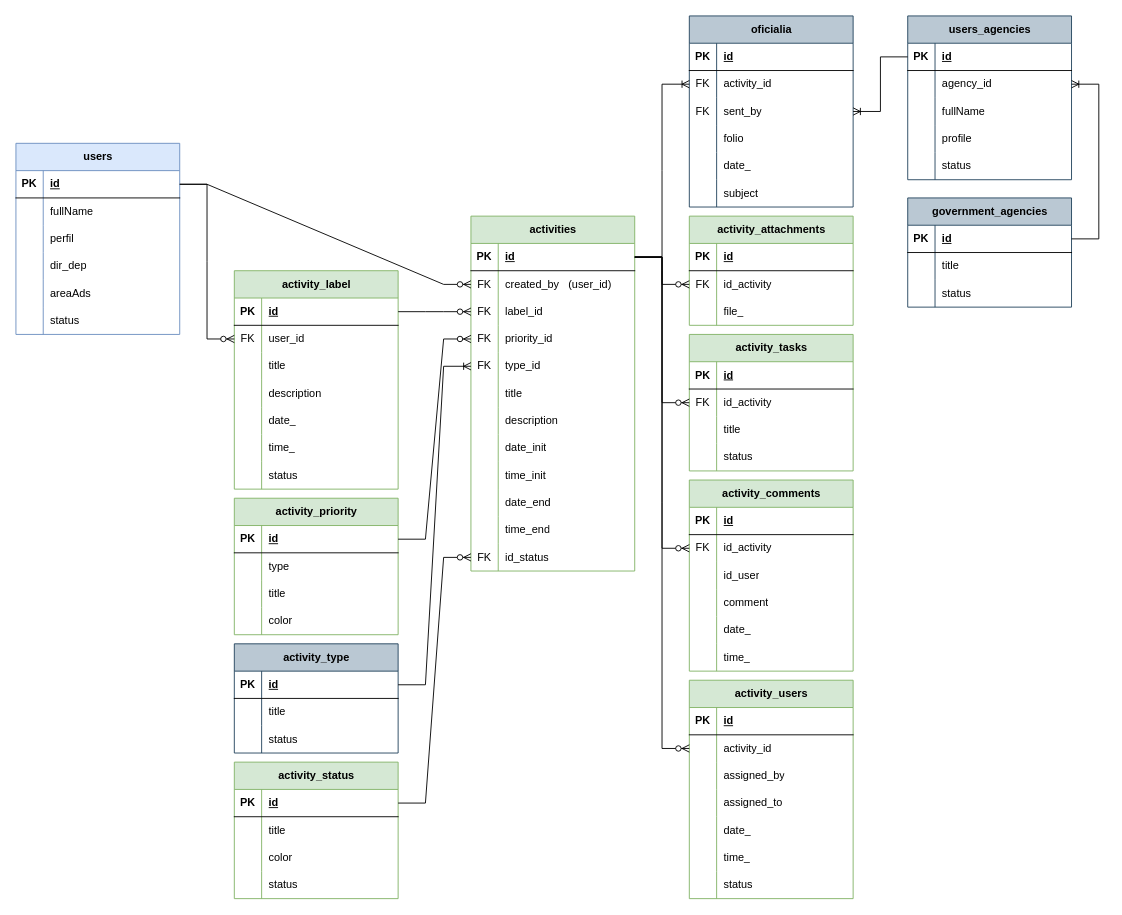
The draw.io diagram entidad - relacion/control actividades - V3.drawio in MIGUEL-TGH/templates, before the edit. Source tidied: cells renumbered, new cells numbered last; positions are measured from the earlier drawing's top-left corner, leaving out a move shared by most shapes. Both pictures are drawn from the tidied source at 91%, with x=0, y=0 at pixel (15, 15).
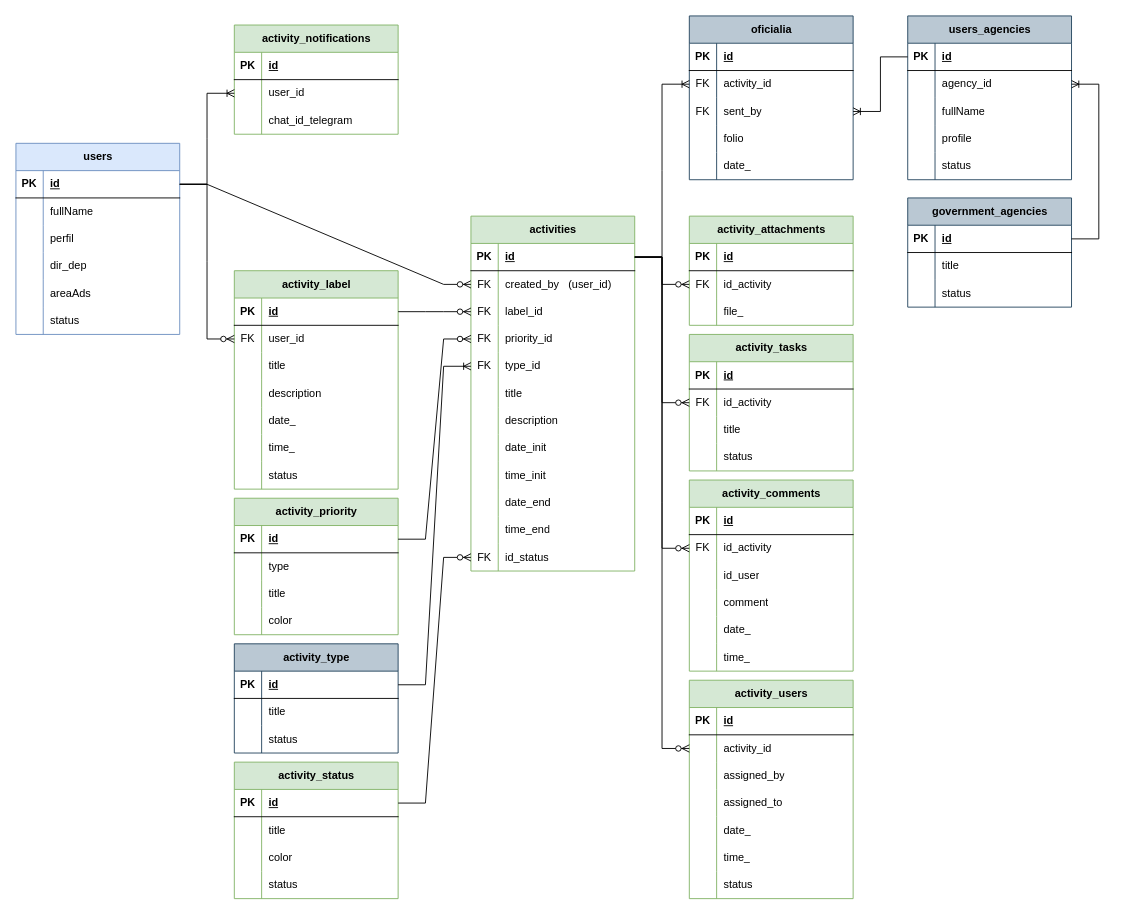
The same page after the edit.

Unchanged cells that the change refers to:
```xml
<mxCell id="3" style="shape=tableRow;horizontal=0;startSize=0;swimlaneHead=0;swimlaneBody=0;fillColor=none;points=[[0,0.5],[1,0.5]];portConstraint=eastwest;top=0;left=0;right=0;bottom=1;" parent="2" vertex="1">
  <mxGeometry y="30" width="180" height="30" as="geometry" />
</mxCell>
```

Diff of the diagram source:
```diff
@@
     <mxCell id="190" value="oficialia" style="shape=table;startSize=30;childLayout=tableLayout;rowLines=0;fontStyle=1;align=center;html=1;fillColor=#bac8d3;strokeColor=#23445d;" parent="1" vertex="1">
-      <mxGeometry x="740" width="180" height="210" as="geometry" />
+      <mxGeometry x="740" width="180" height="180" as="geometry" />
     </mxCell>
@@
-    <mxCell id="206" style="shape=tableRow;horizontal=0;startSize=0;swimlaneHead=0;swimlaneBody=0;fillColor=none;top=0;left=0;right=0;bottom=0;" parent="190" vertex="1">
-      <mxGeometry y="180" width="180" height="30" as="geometry" />
-    </mxCell>
-    <mxCell id="207" style="shape=partialRectangle;fillColor=none;top=0;left=0;bottom=0;right=0;overflow=hidden;whiteSpace=wrap;html=1;" parent="206" vertex="1">
-      <mxGeometry width="30" height="30" as="geometry" />
-    </mxCell>
-    <mxCell id="208" value="subject" style="shape=partialRectangle;fillColor=none;top=0;left=0;bottom=0;right=0;align=left;spacingLeft=6;overflow=hidden;whiteSpace=wrap;html=1;" parent="206" vertex="1">
-      <mxGeometry x="30" width="150" height="30" as="geometry" />
-    </mxCell>
@@
+    <mxCell id="238" value="activity_notifications" style="shape=table;startSize=30;childLayout=tableLayout;rowLines=0;fontStyle=1;align=center;html=1;fillColor=#d5e8d4;strokeColor=#82b366;" parent="1" vertex="1">
+      <mxGeometry x="240" y="10" width="180" height="120" as="geometry" />
+    </mxCell>
+    <mxCell id="239" style="shape=tableRow;horizontal=0;startSize=0;swimlaneHead=0;swimlaneBody=0;fillColor=none;top=0;left=0;right=0;bottom=1;" parent="238" vertex="1">
+      <mxGeometry y="30" width="180" height="30" as="geometry" />
+    </mxCell>
+    <mxCell id="240" value="PK" style="shape=partialRectangle;fillColor=none;top=0;left=0;bottom=0;right=0;fontStyle=1;overflow=hidden;whiteSpace=wrap;html=1;" parent="239" vertex="1">
+      <mxGeometry width="30" height="30" as="geometry" />
+    </mxCell>
+    <mxCell id="241" value="id" style="shape=partialRectangle;fillColor=none;top=0;left=0;bottom=0;right=0;align=left;spacingLeft=6;fontStyle=5;overflow=hidden;whiteSpace=wrap;html=1;" parent="239" vertex="1">
+      <mxGeometry x="30" width="150" height="30" as="geometry" />
+    </mxCell>
+    <mxCell id="242" style="shape=tableRow;horizontal=0;startSize=0;swimlaneHead=0;swimlaneBody=0;fillColor=none;points=[[0,0.5],[1,0.5]];portConstraint=eastwest;top=0;left=0;right=0;bottom=0;" parent="238" vertex="1">
+      <mxGeometry y="60" width="180" height="30" as="geometry" />
+    </mxCell>
+    <mxCell id="243" style="shape=partialRectangle;fillColor=none;top=0;left=0;bottom=0;right=0;overflow=hidden;whiteSpace=wrap;html=1;" parent="242" vertex="1">
+      <mxGeometry width="30" height="30" as="geometry" />
+    </mxCell>
+    <mxCell id="244" value="user_id" style="shape=partialRectangle;fillColor=none;top=0;left=0;bottom=0;right=0;align=left;spacingLeft=6;overflow=hidden;whiteSpace=wrap;html=1;" parent="242" vertex="1">
+      <mxGeometry x="30" width="150" height="30" as="geometry" />
+    </mxCell>
+    <mxCell id="245" style="shape=tableRow;horizontal=0;startSize=0;swimlaneHead=0;swimlaneBody=0;fillColor=none;top=0;left=0;right=0;bottom=0;" parent="238" vertex="1">
+      <mxGeometry y="90" width="180" height="30" as="geometry" />
+    </mxCell>
+    <mxCell id="246" style="shape=partialRectangle;fillColor=none;top=0;left=0;bottom=0;right=0;overflow=hidden;whiteSpace=wrap;html=1;" parent="245" vertex="1">
+      <mxGeometry width="30" height="30" as="geometry" />
+    </mxCell>
+    <mxCell id="247" value="chat_id_telegram" style="shape=partialRectangle;fillColor=none;top=0;left=0;bottom=0;right=0;align=left;spacingLeft=6;overflow=hidden;whiteSpace=wrap;html=1;" parent="245" vertex="1">
+      <mxGeometry x="30" width="150" height="30" as="geometry" />
+    </mxCell>
+    <mxCell id="248" style="edgeStyle=entityRelationEdgeStyle;fontSize=12;html=1;endArrow=ERoneToMany;rounded=0;" parent="1" edge="1" source="3" target="242">
+      <mxGeometry relative="1" as="geometry" />
+    </mxCell>
```
